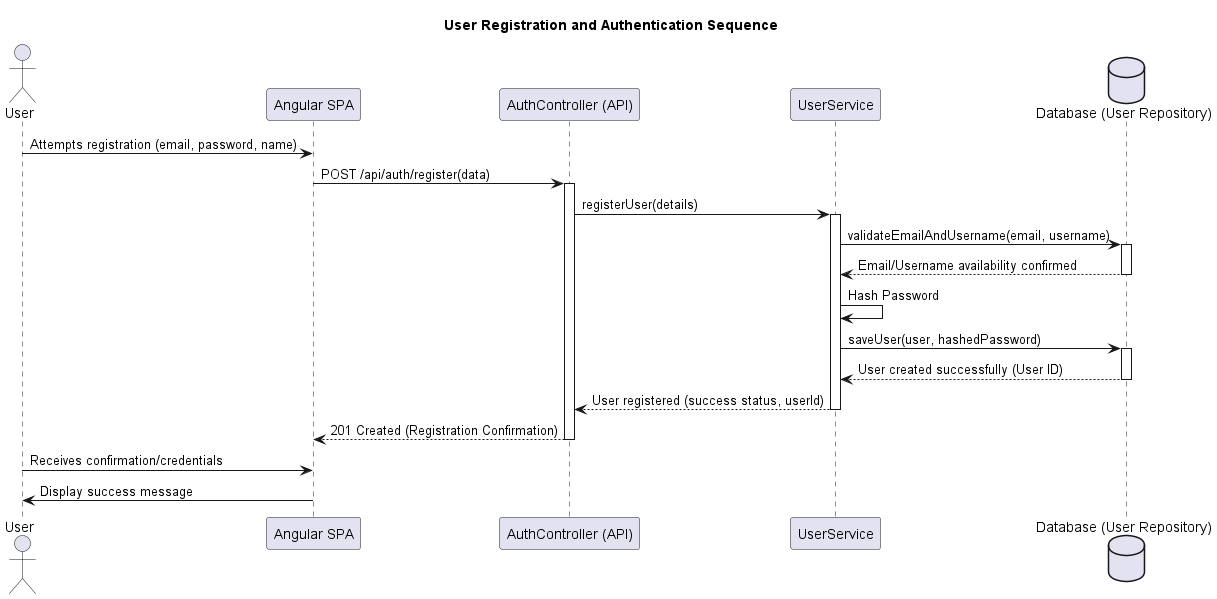
Before: docs/sequences/user_registration.png, a diagram exported from PlantUML (micjaw310589/f1-betting-game). The source it was exported from:
```plantuml
@startuml
title User Registration and Authentication Sequence

actor User
participant "Angular SPA" as SPA
participant "AuthController (API)" as API
participant "UserService" as US
database "Database (User Repository)" as DB

User -> SPA : Attempts registration (email, password, name)
SPA -> API : POST /api/auth/register(data)
activate API
API -> US : registerUser(details)
activate US

US -> DB : validateEmailAndUsername(email, username)
activate DB
DB --> US : Email/Username availability confirmed
deactivate DB

US -> US : Hash Password
US -> DB : saveUser(user, hashedPassword)
activate DB
DB --> US : User created successfully (User ID)
deactivate DB

US --> API : User registered (success status, userId)
deactivate US
API --> SPA : 201 Created (Registration Confirmation)
deactivate API

User -> SPA : Receives confirmation/credentials
SPA -> User : Display success message
@enduml
```
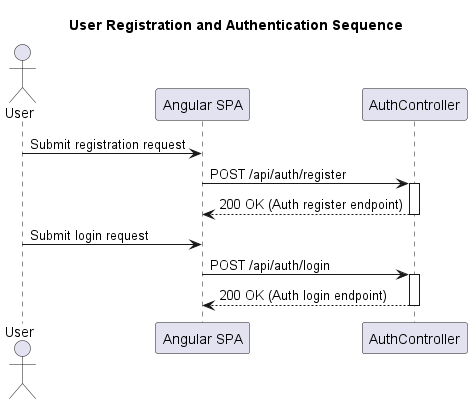
Later version of the same file.

The edit, as a diff of the source:
```diff
@@ -3,32 +3,18 @@
 
 actor User
 participant "Angular SPA" as SPA
-participant "AuthController (API)" as API
-participant "UserService" as US
-database "Database (User Repository)" as DB
+participant "AuthController" as API
 
-User -> SPA : Attempts registration (email, password, name)
-SPA -> API : POST /api/auth/register(data)
+User -> SPA : Submit registration request
+SPA -> API : POST /api/auth/register
 activate API
-API -> US : registerUser(details)
-activate US
-
-US -> DB : validateEmailAndUsername(email, username)
-activate DB
-DB --> US : Email/Username availability confirmed
-deactivate DB
-
-US -> US : Hash Password
-US -> DB : saveUser(user, hashedPassword)
-activate DB
-DB --> US : User created successfully (User ID)
-deactivate DB
-
-US --> API : User registered (success status, userId)
-deactivate US
-API --> SPA : 201 Created (Registration Confirmation)
+API --> SPA : 200 OK (Auth register endpoint)
 deactivate API
 
-User -> SPA : Receives confirmation/credentials
-SPA -> User : Display success message
+User -> SPA : Submit login request
+SPA -> API : POST /api/auth/login
+activate API
+API --> SPA : 200 OK (Auth login endpoint)
+deactivate API
+
 @enduml
```
